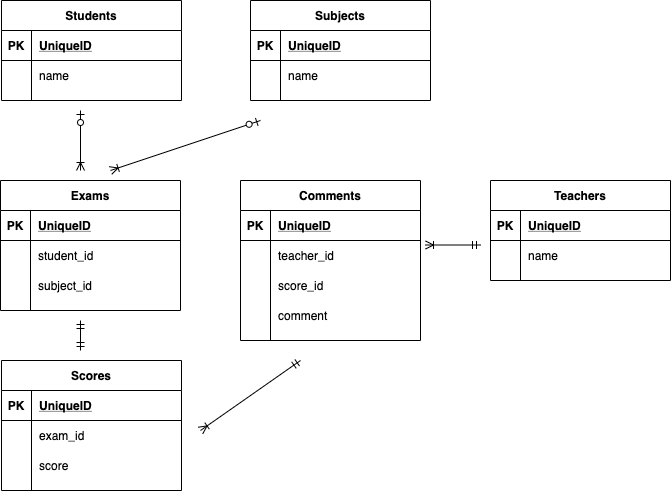
This is test.drawio.png from nakamura-jin/DB, a draw.io export, as it was before one commit. Source tidied: cells renumbered, new cells last; positions are measured from the earlier drawing's top-left corner, leaving out a move shared by most shapes. The source it was exported from:
```xml
<mxGraphModel>
  <root>
    <mxCell id="0" />
    <mxCell id="1" parent="0" />
    <mxCell id="2" value="Students" style="shape=table;startSize=30;rowLines=0;fontStyle=1;align=center;" parent="1" vertex="1">
      <mxGeometry x="1" width="180" height="100" as="geometry" />
    </mxCell>
    <mxCell id="3" style="shape=partialRectangle;fillColor=none;top=0;left=0;bottom=1;right=0;" parent="2" vertex="1">
      <mxGeometry y="30" width="180" height="30" as="geometry" />
    </mxCell>
    <mxCell id="4" value="PK" style="shape=partialRectangle;fillColor=none;top=0;left=0;bottom=0;right=0;fontStyle=1;overflow=hidden;" parent="3" vertex="1">
      <mxGeometry width="30" height="30" as="geometry" />
    </mxCell>
    <mxCell id="5" value="UniqueID" style="shape=partialRectangle;fillColor=none;top=0;left=0;bottom=0;right=0;align=left;spacingLeft=6;fontStyle=5;overflow=hidden;" parent="3" vertex="1">
      <mxGeometry x="30" width="150" height="30" as="geometry" />
    </mxCell>
    <mxCell id="6" style="shape=partialRectangle;fillColor=none;top=0;left=0;bottom=0;right=0;" parent="2" vertex="1">
      <mxGeometry y="60" width="180" height="30" as="geometry" />
    </mxCell>
    <mxCell id="7" style="shape=partialRectangle;fillColor=none;top=0;left=0;bottom=0;right=0;overflow=hidden;" parent="6" vertex="1">
      <mxGeometry width="30" height="30" as="geometry" />
    </mxCell>
    <mxCell id="8" value="name" style="shape=partialRectangle;fillColor=none;top=0;left=0;bottom=0;right=0;align=left;spacingLeft=6;overflow=hidden;" parent="6" vertex="1">
      <mxGeometry x="30" width="150" height="30" as="geometry" />
    </mxCell>
    <mxCell id="9" value="Teachers" style="shape=table;startSize=30;rowLines=0;fontStyle=1;align=center;" parent="1" vertex="1">
      <mxGeometry x="490" y="180" width="180" height="100" as="geometry" />
    </mxCell>
    <mxCell id="10" style="shape=partialRectangle;fillColor=none;top=0;left=0;bottom=1;right=0;" parent="9" vertex="1">
      <mxGeometry y="30" width="180" height="30" as="geometry" />
    </mxCell>
    <mxCell id="11" value="PK" style="shape=partialRectangle;fillColor=none;top=0;left=0;bottom=0;right=0;fontStyle=1;overflow=hidden;" parent="10" vertex="1">
      <mxGeometry width="30" height="30" as="geometry" />
    </mxCell>
    <mxCell id="12" value="UniqueID" style="shape=partialRectangle;fillColor=none;top=0;left=0;bottom=0;right=0;align=left;spacingLeft=6;fontStyle=5;overflow=hidden;" parent="10" vertex="1">
      <mxGeometry x="30" width="150" height="30" as="geometry" />
    </mxCell>
    <mxCell id="13" style="shape=partialRectangle;fillColor=none;top=0;left=0;bottom=0;right=0;" parent="9" vertex="1">
      <mxGeometry y="60" width="180" height="30" as="geometry" />
    </mxCell>
    <mxCell id="14" style="shape=partialRectangle;fillColor=none;top=0;left=0;bottom=0;right=0;overflow=hidden;" parent="13" vertex="1">
      <mxGeometry width="30" height="30" as="geometry" />
    </mxCell>
    <mxCell id="15" value="name" style="shape=partialRectangle;fillColor=none;top=0;left=0;bottom=0;right=0;align=left;spacingLeft=6;overflow=hidden;" parent="13" vertex="1">
      <mxGeometry x="30" width="150" height="30" as="geometry" />
    </mxCell>
    <mxCell id="16" value="Exams" style="shape=table;startSize=30;rowLines=0;fontStyle=1;align=center;" parent="1" vertex="1">
      <mxGeometry y="180" width="180" height="130" as="geometry" />
    </mxCell>
    <mxCell id="17" style="shape=partialRectangle;fillColor=none;top=0;left=0;bottom=1;right=0;" parent="16" vertex="1">
      <mxGeometry y="30" width="180" height="30" as="geometry" />
    </mxCell>
    <mxCell id="18" value="PK" style="shape=partialRectangle;fillColor=none;top=0;left=0;bottom=0;right=0;fontStyle=1;overflow=hidden;" parent="17" vertex="1">
      <mxGeometry width="30" height="30" as="geometry" />
    </mxCell>
    <mxCell id="19" value="UniqueID" style="shape=partialRectangle;fillColor=none;top=0;left=0;bottom=0;right=0;align=left;spacingLeft=6;fontStyle=5;overflow=hidden;" parent="17" vertex="1">
      <mxGeometry x="30" width="150" height="30" as="geometry" />
    </mxCell>
    <mxCell id="20" style="shape=partialRectangle;fillColor=none;top=0;left=0;bottom=0;right=0;" parent="16" vertex="1">
      <mxGeometry y="60" width="180" height="30" as="geometry" />
    </mxCell>
    <mxCell id="21" style="shape=partialRectangle;fillColor=none;top=0;left=0;bottom=0;right=0;overflow=hidden;" parent="20" vertex="1">
      <mxGeometry width="30" height="30" as="geometry" />
    </mxCell>
    <mxCell id="22" value="student_id" style="shape=partialRectangle;fillColor=none;top=0;left=0;bottom=0;right=0;align=left;spacingLeft=6;overflow=hidden;" parent="20" vertex="1">
      <mxGeometry x="30" width="150" height="30" as="geometry" />
    </mxCell>
    <mxCell id="23" style="shape=partialRectangle;fillColor=none;top=0;left=0;bottom=0;right=0;" parent="16" vertex="1">
      <mxGeometry y="90" width="180" height="30" as="geometry" />
    </mxCell>
    <mxCell id="24" style="shape=partialRectangle;fillColor=none;top=0;left=0;bottom=0;right=0;overflow=hidden;" parent="23" vertex="1">
      <mxGeometry width="30" height="30" as="geometry" />
    </mxCell>
    <mxCell id="25" value="subject_id" style="shape=partialRectangle;fillColor=none;top=0;left=0;bottom=0;right=0;align=left;spacingLeft=6;overflow=hidden;" parent="23" vertex="1">
      <mxGeometry x="30" width="150" height="30" as="geometry" />
    </mxCell>
    <mxCell id="26" value="Scores" style="shape=table;startSize=30;rowLines=0;fontStyle=1;align=center;" parent="1" vertex="1">
      <mxGeometry x="1" y="360" width="180" height="130" as="geometry" />
    </mxCell>
    <mxCell id="27" style="shape=partialRectangle;fillColor=none;top=0;left=0;bottom=1;right=0;" parent="26" vertex="1">
      <mxGeometry y="30" width="180" height="30" as="geometry" />
    </mxCell>
    <mxCell id="28" value="PK" style="shape=partialRectangle;fillColor=none;top=0;left=0;bottom=0;right=0;fontStyle=1;overflow=hidden;" parent="27" vertex="1">
      <mxGeometry width="30" height="30" as="geometry" />
    </mxCell>
    <mxCell id="29" value="UniqueID" style="shape=partialRectangle;fillColor=none;top=0;left=0;bottom=0;right=0;align=left;spacingLeft=6;fontStyle=5;overflow=hidden;" parent="27" vertex="1">
      <mxGeometry x="30" width="150" height="30" as="geometry" />
    </mxCell>
    <mxCell id="30" style="shape=partialRectangle;fillColor=none;top=0;left=0;bottom=0;right=0;" parent="26" vertex="1">
      <mxGeometry y="60" width="180" height="30" as="geometry" />
    </mxCell>
    <mxCell id="31" style="shape=partialRectangle;fillColor=none;top=0;left=0;bottom=0;right=0;overflow=hidden;" parent="30" vertex="1">
      <mxGeometry width="30" height="30" as="geometry" />
    </mxCell>
    <mxCell id="32" value="exam_id" style="shape=partialRectangle;fillColor=none;top=0;left=0;bottom=0;right=0;align=left;spacingLeft=6;overflow=hidden;" parent="30" vertex="1">
      <mxGeometry x="30" width="150" height="30" as="geometry" />
    </mxCell>
    <mxCell id="33" style="shape=partialRectangle;fillColor=none;top=0;left=0;bottom=0;right=0;" parent="26" vertex="1">
      <mxGeometry y="90" width="180" height="30" as="geometry" />
    </mxCell>
    <mxCell id="34" style="shape=partialRectangle;fillColor=none;top=0;left=0;bottom=0;right=0;overflow=hidden;" parent="33" vertex="1">
      <mxGeometry width="30" height="30" as="geometry" />
    </mxCell>
    <mxCell id="35" value="score" style="shape=partialRectangle;fillColor=none;top=0;left=0;bottom=0;right=0;align=left;spacingLeft=6;overflow=hidden;" parent="33" vertex="1">
      <mxGeometry x="30" width="150" height="30" as="geometry" />
    </mxCell>
    <mxCell id="36" value="Subjects" style="shape=table;startSize=30;rowLines=0;fontStyle=1;align=center;" parent="1" vertex="1">
      <mxGeometry x="250" width="180" height="100" as="geometry" />
    </mxCell>
    <mxCell id="37" style="shape=partialRectangle;fillColor=none;top=0;left=0;bottom=1;right=0;" parent="36" vertex="1">
      <mxGeometry y="30" width="180" height="30" as="geometry" />
    </mxCell>
    <mxCell id="38" value="PK" style="shape=partialRectangle;fillColor=none;top=0;left=0;bottom=0;right=0;fontStyle=1;overflow=hidden;" parent="37" vertex="1">
      <mxGeometry width="30" height="30" as="geometry" />
    </mxCell>
    <mxCell id="39" value="UniqueID" style="shape=partialRectangle;fillColor=none;top=0;left=0;bottom=0;right=0;align=left;spacingLeft=6;fontStyle=5;overflow=hidden;" parent="37" vertex="1">
      <mxGeometry x="30" width="150" height="30" as="geometry" />
    </mxCell>
    <mxCell id="40" style="shape=partialRectangle;fillColor=none;top=0;left=0;bottom=0;right=0;" parent="36" vertex="1">
      <mxGeometry y="60" width="180" height="30" as="geometry" />
    </mxCell>
    <mxCell id="41" style="shape=partialRectangle;fillColor=none;top=0;left=0;bottom=0;right=0;overflow=hidden;" parent="40" vertex="1">
      <mxGeometry width="30" height="30" as="geometry" />
    </mxCell>
    <mxCell id="42" value="name" style="shape=partialRectangle;fillColor=none;top=0;left=0;bottom=0;right=0;align=left;spacingLeft=6;overflow=hidden;" parent="40" vertex="1">
      <mxGeometry x="30" width="150" height="30" as="geometry" />
    </mxCell>
    <mxCell id="43" value="Comments" style="shape=table;startSize=30;rowLines=0;fontStyle=1;align=center;" parent="1" vertex="1">
      <mxGeometry x="240" y="180" width="180" height="160" as="geometry" />
    </mxCell>
    <mxCell id="44" style="shape=partialRectangle;fillColor=none;top=0;left=0;bottom=1;right=0;" parent="43" vertex="1">
      <mxGeometry y="30" width="180" height="30" as="geometry" />
    </mxCell>
    <mxCell id="45" value="PK" style="shape=partialRectangle;fillColor=none;top=0;left=0;bottom=0;right=0;fontStyle=1;overflow=hidden;" parent="44" vertex="1">
      <mxGeometry width="30" height="30" as="geometry" />
    </mxCell>
    <mxCell id="46" value="UniqueID" style="shape=partialRectangle;fillColor=none;top=0;left=0;bottom=0;right=0;align=left;spacingLeft=6;fontStyle=5;overflow=hidden;" parent="44" vertex="1">
      <mxGeometry x="30" width="150" height="30" as="geometry" />
    </mxCell>
    <mxCell id="47" style="shape=partialRectangle;fillColor=none;top=0;left=0;bottom=0;right=0;" parent="43" vertex="1">
      <mxGeometry y="60" width="180" height="30" as="geometry" />
    </mxCell>
    <mxCell id="48" style="shape=partialRectangle;fillColor=none;top=0;left=0;bottom=0;right=0;overflow=hidden;" parent="47" vertex="1">
      <mxGeometry width="30" height="30" as="geometry" />
    </mxCell>
    <mxCell id="49" value="teacher_id" style="shape=partialRectangle;fillColor=none;top=0;left=0;bottom=0;right=0;align=left;spacingLeft=6;overflow=hidden;" parent="47" vertex="1">
      <mxGeometry x="30" width="150" height="30" as="geometry" />
    </mxCell>
    <mxCell id="50" style="shape=partialRectangle;fillColor=none;top=0;left=0;bottom=0;right=0;" parent="43" vertex="1">
      <mxGeometry y="90" width="180" height="30" as="geometry" />
    </mxCell>
    <mxCell id="51" style="shape=partialRectangle;fillColor=none;top=0;left=0;bottom=0;right=0;overflow=hidden;" parent="50" vertex="1">
      <mxGeometry width="30" height="30" as="geometry" />
    </mxCell>
    <mxCell id="52" value="score_id" style="shape=partialRectangle;fillColor=none;top=0;left=0;bottom=0;right=0;align=left;spacingLeft=6;overflow=hidden;" parent="50" vertex="1">
      <mxGeometry x="30" width="150" height="30" as="geometry" />
    </mxCell>
    <mxCell id="53" style="shape=partialRectangle;fillColor=none;top=0;left=0;bottom=0;right=0;" parent="43" vertex="1">
      <mxGeometry y="120" width="180" height="30" as="geometry" />
    </mxCell>
    <mxCell id="54" style="shape=partialRectangle;fillColor=none;top=0;left=0;bottom=0;right=0;overflow=hidden;" parent="53" vertex="1">
      <mxGeometry width="30" height="30" as="geometry" />
    </mxCell>
    <mxCell id="55" value="comment" style="shape=partialRectangle;fillColor=none;top=0;left=0;bottom=0;right=0;align=left;spacingLeft=6;overflow=hidden;" parent="53" vertex="1">
      <mxGeometry x="30" width="150" height="30" as="geometry" />
    </mxCell>
    <mxCell id="56" style="fontSize=12;html=1;endArrow=ERoneToMany;startArrow=ERzeroToOne;" parent="1" edge="1">
      <mxGeometry relative="1" as="geometry">
        <mxPoint x="80" y="110" as="sourcePoint" />
        <mxPoint x="80" y="170" as="targetPoint" />
      </mxGeometry>
    </mxCell>
    <mxCell id="57" style="fontSize=12;html=1;endArrow=ERoneToMany;startArrow=ERzeroToOne;" parent="1" edge="1">
      <mxGeometry relative="1" as="geometry">
        <mxPoint x="260" y="120" as="sourcePoint" />
        <mxPoint x="110" y="170" as="targetPoint" />
      </mxGeometry>
    </mxCell>
    <mxCell id="58" style="fontSize=12;html=1;endArrow=ERmandOne;startArrow=ERmandOne;" parent="1" edge="1">
      <mxGeometry relative="1" as="geometry">
        <mxPoint x="80" y="320" as="sourcePoint" />
        <mxPoint x="80" y="350" as="targetPoint" />
      </mxGeometry>
    </mxCell>
    <mxCell id="59" style="fontSize=12;html=1;endArrow=ERoneToMany;startArrow=ERmandOne;" parent="1" edge="1">
      <mxGeometry relative="1" as="geometry">
        <mxPoint x="300" y="360" as="sourcePoint" />
        <mxPoint x="200" y="430" as="targetPoint" />
      </mxGeometry>
    </mxCell>
    <mxCell id="60" style="fontSize=12;html=1;endArrow=ERoneToMany;startArrow=ERmandOne;" parent="1" edge="1">
      <mxGeometry relative="1" as="geometry">
        <mxPoint x="480" y="244.5" as="sourcePoint" />
        <mxPoint x="425" y="244.5" as="targetPoint" />
      </mxGeometry>
    </mxCell>
  </root>
</mxGraphModel>
```
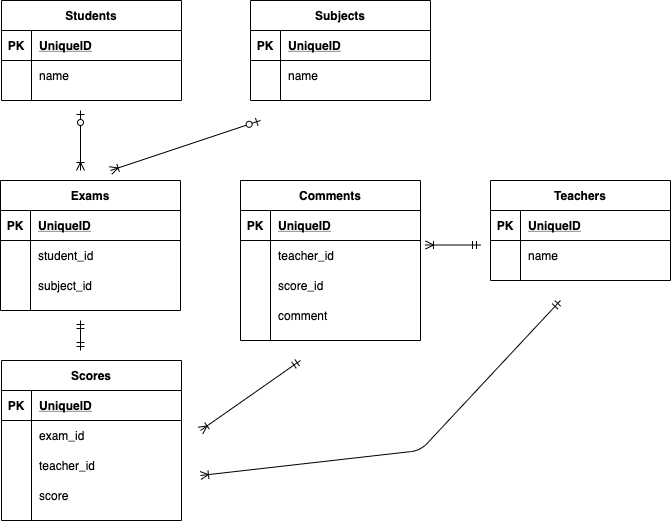
The same file after the commit.

Diff of the diagram source:
```diff
@@ -75,7 +75,7 @@
       <mxGeometry x="30" width="150" height="30" as="geometry" />
     </mxCell>
     <mxCell id="26" value="Scores" style="shape=table;startSize=30;rowLines=0;fontStyle=1;align=center;" parent="1" vertex="1">
-      <mxGeometry x="1" y="360" width="180" height="130" as="geometry" />
+      <mxGeometry x="1" y="360" width="180" height="160" as="geometry" />
     </mxCell>
     <mxCell id="27" style="shape=partialRectangle;fillColor=none;top=0;left=0;bottom=1;right=0;" parent="26" vertex="1">
       <mxGeometry y="30" width="180" height="30" as="geometry" />
@@ -95,8 +95,17 @@
     <mxCell id="32" value="exam_id" style="shape=partialRectangle;fillColor=none;top=0;left=0;bottom=0;right=0;align=left;spacingLeft=6;overflow=hidden;" parent="30" vertex="1">
       <mxGeometry x="30" width="150" height="30" as="geometry" />
     </mxCell>
+    <mxCell id="61" style="shape=partialRectangle;fillColor=none;top=0;left=0;bottom=0;right=0;" parent="26" vertex="1">
+      <mxGeometry y="90" width="180" height="30" as="geometry" />
+    </mxCell>
+    <mxCell id="62" style="shape=partialRectangle;fillColor=none;top=0;left=0;bottom=0;right=0;overflow=hidden;" parent="61" vertex="1">
+      <mxGeometry width="30" height="30" as="geometry" />
+    </mxCell>
+    <mxCell id="63" value="teacher_id" style="shape=partialRectangle;fillColor=none;top=0;left=0;bottom=0;right=0;align=left;spacingLeft=6;overflow=hidden;" parent="61" vertex="1">
+      <mxGeometry x="30" width="150" height="30" as="geometry" />
+    </mxCell>
     <mxCell id="33" style="shape=partialRectangle;fillColor=none;top=0;left=0;bottom=0;right=0;" parent="26" vertex="1">
-      <mxGeometry y="90" width="180" height="30" as="geometry" />
+      <mxGeometry y="120" width="180" height="30" as="geometry" />
     </mxCell>
     <mxCell id="34" style="shape=partialRectangle;fillColor=none;top=0;left=0;bottom=0;right=0;overflow=hidden;" parent="33" vertex="1">
       <mxGeometry width="30" height="30" as="geometry" />
@@ -194,5 +203,14 @@
         <mxPoint x="425" y="244.5" as="targetPoint" />
       </mxGeometry>
     </mxCell>
+    <mxCell id="64" style="fontSize=12;html=1;endArrow=ERoneToMany;startArrow=ERmandOne;" parent="1" edge="1">
+      <mxGeometry relative="1" as="geometry">
+        <mxPoint x="560" y="300" as="sourcePoint" />
+        <mxPoint x="200" y="475" as="targetPoint" />
+        <Array as="points">
+          <mxPoint x="420" y="450" />
+        </Array>
+      </mxGeometry>
+    </mxCell>
   </root>
 </mxGraphModel>
```
